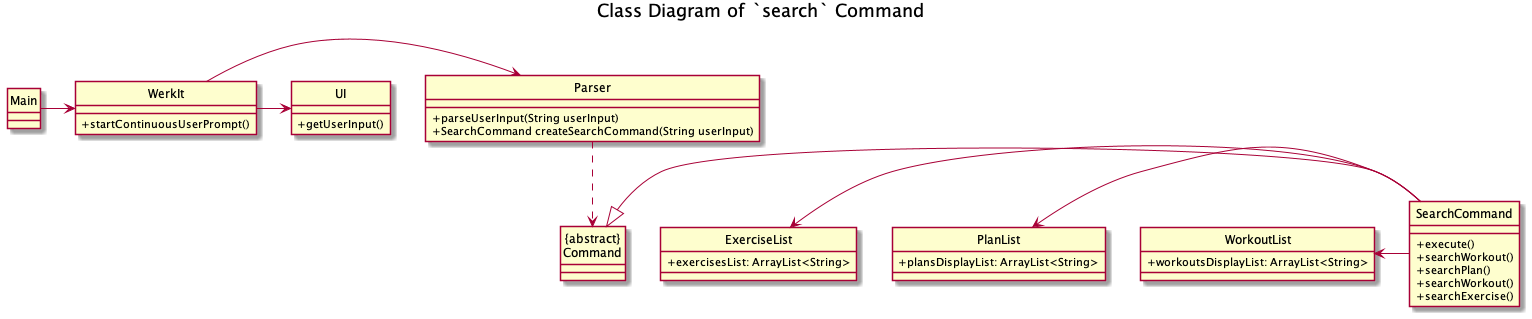
Earlier version of the PlantUML export docs/uml/classDiagrams/images/SearchClass.png (nus-cs2113-AY2122S2/tp).
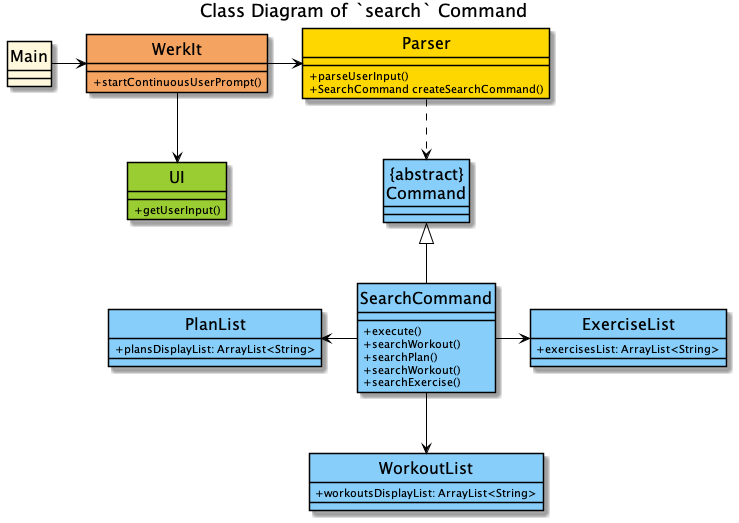
Above is the later version.

The edit, as a diff of the source:
```diff
@@ -1,28 +1,28 @@
 @startuml
 hide circle
-
+!include ../Style.puml
 skinparam classAttributeIconSize 0
-
+skinparam classFontSize 16
 title Class Diagram of `search` Command
 
 Main -> WerkIt
 WerkIt -> Parser
-WerkIt -> UI
-"{abstract}\nCommand" <|- SearchCommand
-ExerciseList <- SearchCommand
+WerkIt --> UI
+"{abstract}\nCommand" <|-- SearchCommand
+ExerciseList <-left- SearchCommand
 PlanList <- SearchCommand
-WorkoutList <- SearchCommand
+WorkoutList <-u- SearchCommand
 Parser ..> "{abstract}\nCommand"
-
-class WerkIt {
+skinparam classFontSize 16
+class WerkIt #Sandybrown {
 + startContinuousUserPrompt()
 }
 
-class Main {
+class Main COLOR_MAIN {
 
 }
 
-class SearchCommand {
+class SearchCommand #LightSkyBlue {
 + execute()
 + searchWorkout()
 + searchPlan()
@@ -30,24 +30,27 @@
 + searchExercise()
 }
 
-class UI {
+class "{abstract}\nCommand" #LightSkyBlue {
+}
+
+class UI #YellowGreen {
 + getUserInput()
 }
 
-class Parser {
-+ parseUserInput(String userInput)
-+ SearchCommand createSearchCommand(String userInput)
+class Parser #Gold {
++ parseUserInput()
++ SearchCommand createSearchCommand()
 }
 
-class ExerciseList {
+class ExerciseList #LightSkyBlue {
 + exercisesList: ArrayList<String>
 }
 
-class WorkoutList {
+class WorkoutList #LightSkyBlue {
 + workoutsDisplayList: ArrayList<String>
 }
 
-class PlanList {
+class PlanList #LightSkyBlue {
 + plansDisplayList: ArrayList<String>
 }
 
```
